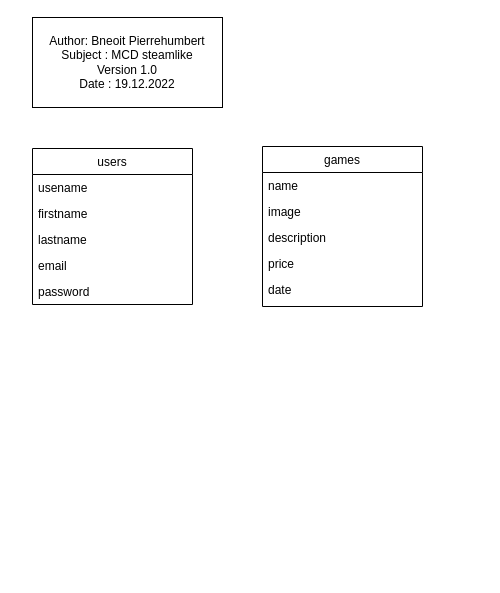
Earlier version of the draw.io diagram modelisation/MCD.drawio (BPTdev/PRW2-SteamLike). Source tidied: cells renumbered, new cells numbered last; positions are measured from the earlier drawing's top-left corner, leaving out a move shared by most shapes. Both pictures are drawn from the tidied source at 100%, with x=0, y=0 at pixel (32, 17).
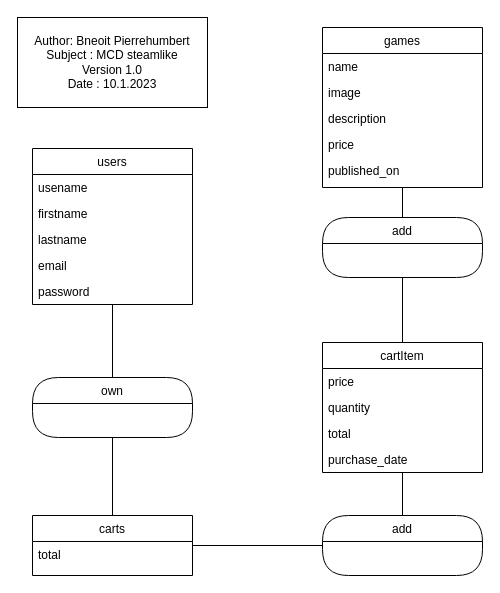
After the change.

The change refers to these unchanged cells:
```xml
<mxCell id="2" value="users" style="swimlane;fontStyle=0;align=center;verticalAlign=top;horizontal=1;startSize=26;rounded=0;shadow=0;strokeWidth=1;" parent="1" vertex="1">
  <mxGeometry y="131" width="160" height="156" as="geometry" />
</mxCell>
```

Change to the diagram source:
```diff
@@
+    <mxCell id="15" style="edgeStyle=orthogonalEdgeStyle;rounded=0;jettySize=auto;html=1;endArrow=none;endFill=0;" parent="1" edge="1" source="2" target="23">
+      <mxGeometry relative="1" as="geometry" />
+    </mxCell>
@@
-    <mxCell id="8" value="Author: Bneoit Pierrehumbert&lt;br&gt;Subject : MCD steamlike&lt;br&gt;Version 1.0&lt;br&gt;Date : 19.12.2022" style="rounded=0;whiteSpace=wrap;html=1;" parent="1" vertex="1">
-      <mxGeometry width="190" height="90" as="geometry" />
+    <mxCell id="8" value="Author: Bneoit Pierrehumbert&lt;br&gt;Subject : MCD steamlike&lt;br&gt;Version 1.0&lt;br&gt;Date : 10.1.2023" style="rounded=0;whiteSpace=wrap;html=1;" parent="1" vertex="1">
+      <mxGeometry x="-15" width="190" height="90" as="geometry" />
     </mxCell>
     <mxCell id="9" value="games" style="swimlane;fontStyle=0;align=center;verticalAlign=top;horizontal=1;startSize=26;rounded=0;shadow=0;strokeWidth=1;" parent="1" vertex="1">
-      <mxGeometry x="230" y="129" width="160" height="160" as="geometry" />
+      <mxGeometry x="290" y="10" width="160" height="160" as="geometry" />
     </mxCell>
@@
-    <mxCell id="14" value="date" style="text;align=left;verticalAlign=top;spacingLeft=4;spacingRight=4;overflow=hidden;rounded=0;shadow=0;html=0;" parent="9" vertex="1">
+    <mxCell id="14" value="published_on" style="text;align=left;verticalAlign=top;spacingLeft=4;spacingRight=4;overflow=hidden;rounded=0;shadow=0;html=0;" parent="9" vertex="1">
       <mxGeometry y="130" width="160" height="30" as="geometry" />
     </mxCell>
+    <mxCell id="16" style="edgeStyle=orthogonalEdgeStyle;rounded=0;jettySize=auto;html=1;endArrow=none;endFill=0;" parent="1" edge="1" source="17" target="20">
+      <mxGeometry relative="1" as="geometry" />
+    </mxCell>
+    <mxCell id="17" value="carts" style="swimlane;fontStyle=0;align=center;verticalAlign=top;horizontal=1;startSize=26;rounded=0;shadow=0;strokeWidth=1;" parent="1" vertex="1">
+      <mxGeometry y="498" width="160" height="60" as="geometry" />
+    </mxCell>
+    <mxCell id="18" value="total" style="text;align=left;verticalAlign=top;spacingLeft=4;spacingRight=4;overflow=hidden;rounded=0;shadow=0;html=0;" parent="17" vertex="1">
+      <mxGeometry y="26" width="160" height="26" as="geometry" />
+    </mxCell>
+    <mxCell id="19" style="group;" parent="1" vertex="1">
+      <mxGeometry x="290" y="498" width="160" height="60" as="geometry" />
+    </mxCell>
+    <mxCell id="20" value="add" style="swimlane;fontStyle=0;align=center;verticalAlign=top;horizontal=1;startSize=26;rounded=1;shadow=0;strokeWidth=1;arcSize=42;" parent="19" vertex="1">
+      <mxGeometry width="160" height="60" as="geometry" />
+    </mxCell>
+    <mxCell id="21" value="   &#10;" style="text;align=left;verticalAlign=top;spacingLeft=4;spacingRight=4;overflow=hidden;rounded=0;shadow=0;html=0;" parent="19" vertex="1">
+      <mxGeometry y="26" width="160" height="26" as="geometry" />
+    </mxCell>
+    <mxCell id="22" style="group;" parent="1" vertex="1">
+      <mxGeometry y="360" width="160" height="60" as="geometry" />
+    </mxCell>
+    <mxCell id="23" value="own" style="swimlane;fontStyle=0;align=center;verticalAlign=top;horizontal=1;startSize=26;rounded=1;shadow=0;strokeWidth=1;arcSize=42;" parent="22" vertex="1">
+      <mxGeometry width="160" height="60" as="geometry" />
+    </mxCell>
+    <mxCell id="24" value="   &#10;" style="text;align=left;verticalAlign=top;spacingLeft=4;spacingRight=4;overflow=hidden;rounded=0;shadow=0;html=0;" parent="22" vertex="1">
+      <mxGeometry y="26" width="160" height="26" as="geometry" />
+    </mxCell>
+    <mxCell id="25" style="edgeStyle=orthogonalEdgeStyle;rounded=0;jettySize=auto;html=1;endArrow=none;endFill=0;" parent="1" edge="1" source="23" target="17">
+      <mxGeometry relative="1" as="geometry" />
+    </mxCell>
+    <mxCell id="26" style="edgeStyle=orthogonalEdgeStyle;rounded=0;jettySize=auto;html=1;endArrow=none;endFill=0;" parent="1" edge="1" source="27" target="20">
+      <mxGeometry relative="1" as="geometry" />
+    </mxCell>
+    <mxCell id="27" value="cartItem" style="swimlane;fontStyle=0;align=center;verticalAlign=top;horizontal=1;startSize=26;rounded=0;shadow=0;strokeWidth=1;" parent="1" vertex="1">
+      <mxGeometry x="290" y="325" width="160" height="130" as="geometry" />
+    </mxCell>
+    <mxCell id="28" value="price" style="text;align=left;verticalAlign=top;spacingLeft=4;spacingRight=4;overflow=hidden;" parent="27" vertex="1">
+      <mxGeometry y="26" width="160" height="26" as="geometry" />
+    </mxCell>
+    <mxCell id="29" value="quantity" style="text;align=left;verticalAlign=top;spacingLeft=4;spacingRight=4;overflow=hidden;rounded=0;shadow=0;html=0;" parent="27" vertex="1">
+      <mxGeometry y="52" width="160" height="26" as="geometry" />
+    </mxCell>
+    <mxCell id="30" value="total" style="text;align=left;verticalAlign=top;spacingLeft=4;spacingRight=4;overflow=hidden;rounded=0;shadow=0;html=0;" parent="27" vertex="1">
+      <mxGeometry y="78" width="160" height="26" as="geometry" />
+    </mxCell>
+    <mxCell id="31" value="purchase_date" style="text;align=left;verticalAlign=top;spacingLeft=4;spacingRight=4;overflow=hidden;rounded=0;shadow=0;html=0;" parent="27" vertex="1">
+      <mxGeometry y="104" width="160" height="26" as="geometry" />
+    </mxCell>
+    <mxCell id="32" style="group;" parent="1" vertex="1">
+      <mxGeometry x="290" y="200" width="160" height="60" as="geometry" />
+    </mxCell>
+    <mxCell id="33" value="add" style="swimlane;fontStyle=0;align=center;verticalAlign=top;horizontal=1;startSize=26;rounded=1;shadow=0;strokeWidth=1;arcSize=42;" parent="32" vertex="1">
+      <mxGeometry width="160" height="60" as="geometry" />
+    </mxCell>
+    <mxCell id="34" value="   &#10;" style="text;align=left;verticalAlign=top;spacingLeft=4;spacingRight=4;overflow=hidden;rounded=0;shadow=0;html=0;" parent="32" vertex="1">
+      <mxGeometry y="26" width="160" height="26" as="geometry" />
+    </mxCell>
+    <mxCell id="35" style="edgeStyle=orthogonalEdgeStyle;rounded=0;jettySize=auto;html=1;endArrow=none;endFill=0;" parent="1" edge="1" source="33" target="9">
+      <mxGeometry relative="1" as="geometry" />
+    </mxCell>
+    <mxCell id="36" style="edgeStyle=orthogonalEdgeStyle;rounded=0;jettySize=auto;html=1;endArrow=none;endFill=0;" parent="1" edge="1" source="33" target="27">
+      <mxGeometry relative="1" as="geometry" />
+    </mxCell>
```
